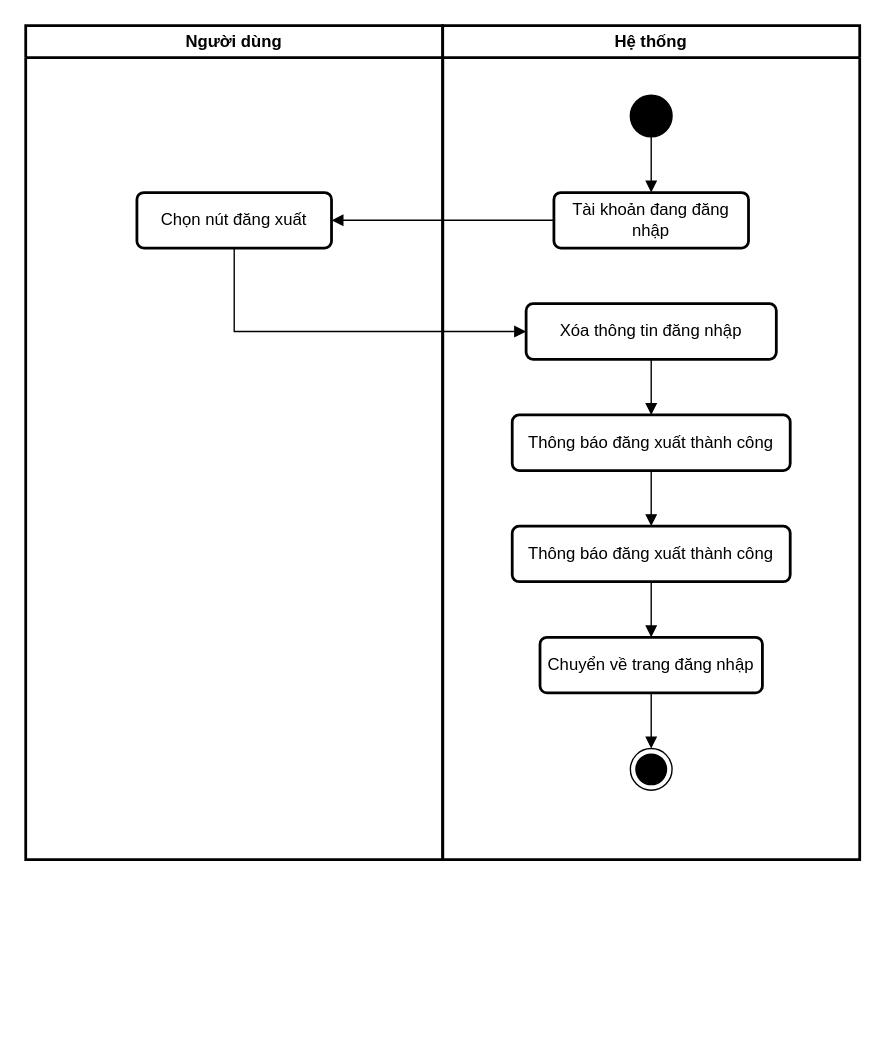
Earlier version of the draw.io diagram page "activity đăng xuất" (6 of 10) of usecase.drawio (dctuyen/myFinalYearProject). Source tidied: cells renumbered, new cells numbered last; positions are measured from the earlier drawing's top-left corner, leaving out a move shared by most shapes. Both pictures are drawn from the tidied source at 139%, with x=0, y=0 at pixel (25, 25).
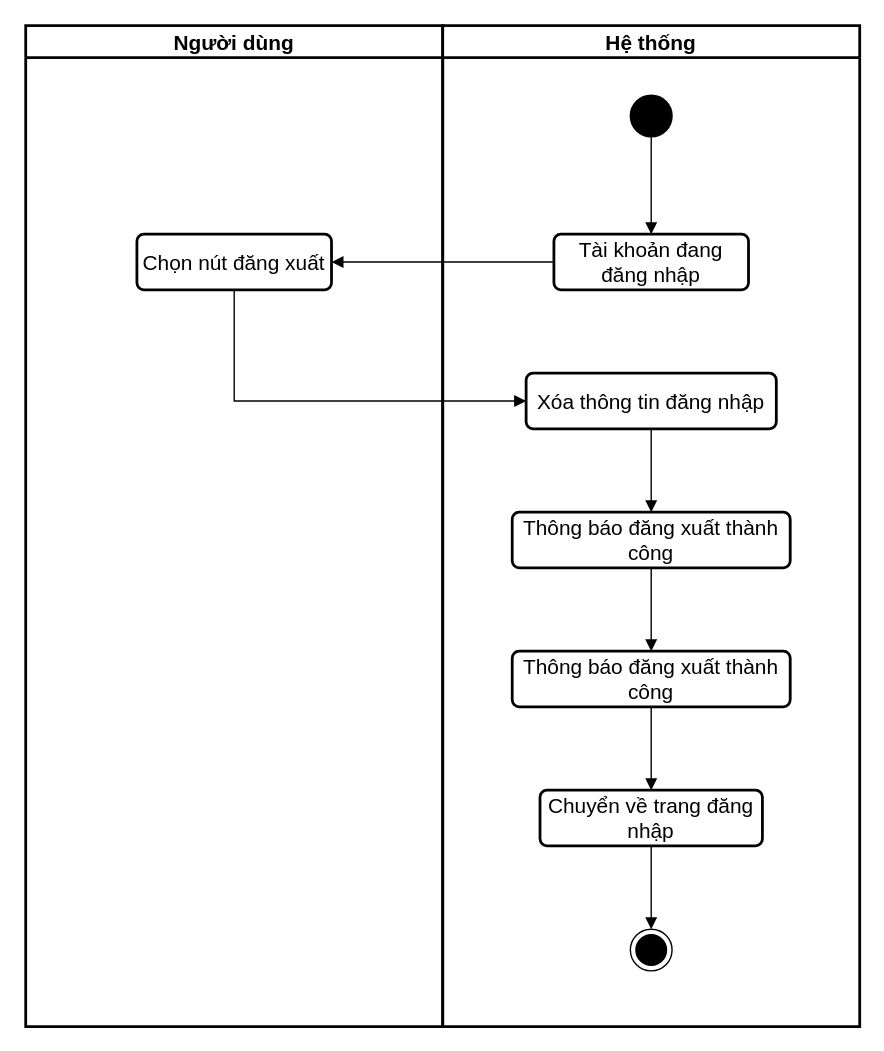
The same diagram, later.

Diff of the diagram source:
```diff
@@
 <mxGraphModel>
   <root>
     <mxCell id="0" />
     <mxCell id="1" parent="0" />
-    <mxCell id="2" value="Người dùng" style="swimlane;whiteSpace=wrap;html=1;strokeWidth=2;" parent="1" vertex="1">
-      <mxGeometry width="300" height="600" as="geometry" />
+    <mxCell id="2" value="Người dùng" style="swimlane;whiteSpace=wrap;html=1;strokeWidth=2;fontSize=15;" parent="1" vertex="1">
+      <mxGeometry width="300" height="720" as="geometry" />
     </mxCell>
-    <mxCell id="3" value="Chọn nút đăng xuất" style="html=1;align=center;verticalAlign=middle;rounded=1;absoluteArcSize=1;arcSize=10;dashed=0;whiteSpace=wrap;strokeWidth=2;labelBackgroundColor=none;" parent="2" vertex="1">
-      <mxGeometry x="80" y="120" width="140" height="40" as="geometry" />
+    <mxCell id="3" value="Chọn nút đăng xuất" style="html=1;align=center;verticalAlign=middle;rounded=1;absoluteArcSize=1;arcSize=10;dashed=0;whiteSpace=wrap;strokeWidth=2;labelBackgroundColor=none;fontSize=15;" parent="2" vertex="1">
+      <mxGeometry x="80" y="150" width="140" height="40" as="geometry" />
     </mxCell>
-    <mxCell id="4" value="Hệ thống" style="swimlane;whiteSpace=wrap;html=1;strokeWidth=2;" parent="1" vertex="1">
-      <mxGeometry x="300" width="300" height="600" as="geometry" />
+    <mxCell id="4" value="Hệ thống" style="swimlane;whiteSpace=wrap;html=1;strokeWidth=2;fontSize=15;" parent="1" vertex="1">
+      <mxGeometry x="300" width="300" height="720" as="geometry" />
     </mxCell>
-    <mxCell id="5" value="Xóa thông tin đăng nhập" style="html=1;align=center;verticalAlign=middle;rounded=1;absoluteArcSize=1;arcSize=10;dashed=0;whiteSpace=wrap;strokeWidth=2;labelBackgroundColor=none;" parent="4" vertex="1">
-      <mxGeometry x="60" y="200" width="180" height="40" as="geometry" />
+    <mxCell id="5" value="Xóa thông tin đăng nhập" style="html=1;align=center;verticalAlign=middle;rounded=1;absoluteArcSize=1;arcSize=10;dashed=0;whiteSpace=wrap;strokeWidth=2;labelBackgroundColor=none;fontSize=15;" parent="4" vertex="1">
+      <mxGeometry x="60" y="250" width="180" height="40" as="geometry" />
     </mxCell>
-    <mxCell id="6" style="html=1;verticalAlign=bottom;labelBackgroundColor=none;endArrow=block;endFill=1;rounded=0;exitX=0.5;exitY=1;exitDx=0;exitDy=0;entryX=0.5;entryY=0;entryDx=0;entryDy=0;edgeStyle=orthogonalEdgeStyle;" parent="4" edge="1" source="5" target="7">
+    <mxCell id="6" style="html=1;verticalAlign=bottom;labelBackgroundColor=none;endArrow=block;endFill=1;rounded=0;exitX=0.5;exitY=1;exitDx=0;exitDy=0;entryX=0.5;entryY=0;entryDx=0;entryDy=0;edgeStyle=orthogonalEdgeStyle;fontSize=15;" parent="4" edge="1" source="5" target="7">
       <mxGeometry relative="1" as="geometry" />
     </mxCell>
-    <mxCell id="7" value="Thông báo đăng xuất thành công" style="html=1;align=center;verticalAlign=middle;rounded=1;absoluteArcSize=1;arcSize=10;dashed=0;whiteSpace=wrap;strokeWidth=2;labelBackgroundColor=none;" parent="4" vertex="1">
-      <mxGeometry x="50" y="280" width="200" height="40" as="geometry" />
+    <mxCell id="7" value="Thông báo đăng xuất thành công" style="html=1;align=center;verticalAlign=middle;rounded=1;absoluteArcSize=1;arcSize=10;dashed=0;whiteSpace=wrap;strokeWidth=2;labelBackgroundColor=none;fontSize=15;" parent="4" vertex="1">
+      <mxGeometry x="50" y="350" width="200" height="40" as="geometry" />
     </mxCell>
-    <mxCell id="8" style="ellipse;html=1;shape=endState;fillColor=strokeColor;" parent="4" vertex="1">
-      <mxGeometry x="135" y="520" width="30" height="30" as="geometry" />
+    <mxCell id="8" style="ellipse;html=1;shape=endState;fillColor=strokeColor;fontSize=15;" parent="4" vertex="1">
+      <mxGeometry x="135" y="650" width="30" height="30" as="geometry" />
     </mxCell>
-    <mxCell id="9" style="html=1;verticalAlign=bottom;labelBackgroundColor=none;endArrow=block;endFill=1;rounded=0;exitX=0.5;exitY=1;exitDx=0;exitDy=0;entryX=0.5;entryY=0;entryDx=0;entryDy=0;" parent="4" edge="1" source="7" target="16">
+    <mxCell id="9" style="html=1;verticalAlign=bottom;labelBackgroundColor=none;endArrow=block;endFill=1;rounded=0;exitX=0.5;exitY=1;exitDx=0;exitDy=0;entryX=0.5;entryY=0;entryDx=0;entryDy=0;fontSize=15;" parent="4" edge="1" source="7" target="16">
       <mxGeometry x="-0.35" relative="1" as="geometry" />
     </mxCell>
-    <mxCell id="10" value="Chuyển về trang đăng nhập" style="html=1;align=center;verticalAlign=middle;rounded=1;absoluteArcSize=1;arcSize=10;dashed=0;whiteSpace=wrap;strokeWidth=2;labelBackgroundColor=none;" parent="4" vertex="1">
-      <mxGeometry x="70" y="440" width="160" height="40" as="geometry" />
+    <mxCell id="10" value="Chuyển về trang đăng nhập" style="html=1;align=center;verticalAlign=middle;rounded=1;absoluteArcSize=1;arcSize=10;dashed=0;whiteSpace=wrap;strokeWidth=2;labelBackgroundColor=none;fontSize=15;" parent="4" vertex="1">
+      <mxGeometry x="70" y="550" width="160" height="40" as="geometry" />
     </mxCell>
-    <mxCell id="11" style="html=1;verticalAlign=bottom;labelBackgroundColor=none;endArrow=block;endFill=1;rounded=0;exitX=0.5;exitY=1;exitDx=0;exitDy=0;entryX=0.5;entryY=0;entryDx=0;entryDy=0;" parent="4" edge="1" source="10" target="8">
+    <mxCell id="11" style="html=1;verticalAlign=bottom;labelBackgroundColor=none;endArrow=block;endFill=1;rounded=0;exitX=0.5;exitY=1;exitDx=0;exitDy=0;entryX=0.5;entryY=0;entryDx=0;entryDy=0;fontSize=15;" parent="4" edge="1" source="10" target="8">
       <mxGeometry x="-0.35" relative="1" as="geometry" />
     </mxCell>
-    <mxCell id="12" value="Tài khoản đang đăng nhập" style="html=1;align=center;verticalAlign=middle;rounded=1;absoluteArcSize=1;arcSize=10;dashed=0;whiteSpace=wrap;strokeWidth=2;labelBackgroundColor=none;" parent="4" vertex="1">
-      <mxGeometry x="80" y="120" width="140" height="40" as="geometry" />
+    <mxCell id="12" value="Tài khoản đang đăng nhập" style="html=1;align=center;verticalAlign=middle;rounded=1;absoluteArcSize=1;arcSize=10;dashed=0;whiteSpace=wrap;strokeWidth=2;labelBackgroundColor=none;fontSize=15;" parent="4" vertex="1">
+      <mxGeometry x="80" y="150" width="140" height="40" as="geometry" />
     </mxCell>
-    <mxCell id="13" style="html=1;verticalAlign=bottom;labelBackgroundColor=none;endArrow=block;endFill=1;rounded=0;exitX=1;exitY=0.5;exitDx=0;exitDy=0;entryX=1;entryY=0.5;entryDx=0;entryDy=0;edgeStyle=orthogonalEdgeStyle;" parent="4" edge="1" source="12" target="12">
+    <mxCell id="13" style="html=1;verticalAlign=bottom;labelBackgroundColor=none;endArrow=block;endFill=1;rounded=0;exitX=1;exitY=0.5;exitDx=0;exitDy=0;entryX=1;entryY=0.5;entryDx=0;entryDy=0;edgeStyle=orthogonalEdgeStyle;fontSize=15;" parent="4" edge="1" source="12" target="12">
       <mxGeometry relative="1" as="geometry" />
     </mxCell>
-    <mxCell id="14" style="ellipse;fillColor=strokeColor;html=1;" parent="4" vertex="1">
+    <mxCell id="14" style="ellipse;fillColor=strokeColor;html=1;fontSize=15;" parent="4" vertex="1">
       <mxGeometry x="135" y="50" width="30" height="30" as="geometry" />
     </mxCell>
-    <mxCell id="15" style="html=1;verticalAlign=bottom;labelBackgroundColor=none;endArrow=block;endFill=1;rounded=0;exitX=0.5;exitY=1;exitDx=0;exitDy=0;entryX=0.5;entryY=0;entryDx=0;entryDy=0;" parent="4" edge="1" source="14" target="12">
+    <mxCell id="15" style="html=1;verticalAlign=bottom;labelBackgroundColor=none;endArrow=block;endFill=1;rounded=0;exitX=0.5;exitY=1;exitDx=0;exitDy=0;entryX=0.5;entryY=0;entryDx=0;entryDy=0;fontSize=15;" parent="4" edge="1" source="14" target="12">
       <mxGeometry relative="1" as="geometry" />
     </mxCell>
-    <mxCell id="16" value="Thông báo đăng xuất thành công" style="html=1;align=center;verticalAlign=middle;rounded=1;absoluteArcSize=1;arcSize=10;dashed=0;whiteSpace=wrap;strokeWidth=2;labelBackgroundColor=none;" parent="4" vertex="1">
-      <mxGeometry x="50" y="360" width="200" height="40" as="geometry" />
+    <mxCell id="16" value="Thông báo đăng xuất thành công" style="html=1;align=center;verticalAlign=middle;rounded=1;absoluteArcSize=1;arcSize=10;dashed=0;whiteSpace=wrap;strokeWidth=2;labelBackgroundColor=none;fontSize=15;" parent="4" vertex="1">
+      <mxGeometry x="50" y="450" width="200" height="40" as="geometry" />
     </mxCell>
-    <mxCell id="17" style="html=1;verticalAlign=bottom;labelBackgroundColor=none;endArrow=block;endFill=1;rounded=0;exitX=0.5;exitY=1;exitDx=0;exitDy=0;entryX=0.5;entryY=0;entryDx=0;entryDy=0;" parent="4" edge="1" source="16" target="10">
+    <mxCell id="17" style="html=1;verticalAlign=bottom;labelBackgroundColor=none;endArrow=block;endFill=1;rounded=0;exitX=0.5;exitY=1;exitDx=0;exitDy=0;entryX=0.5;entryY=0;entryDx=0;entryDy=0;fontSize=15;" parent="4" edge="1" source="16" target="10">
       <mxGeometry x="-0.35" relative="1" as="geometry" />
     </mxCell>
-    <mxCell id="18" style="html=1;verticalAlign=bottom;labelBackgroundColor=none;endArrow=block;endFill=1;rounded=0;exitX=0.5;exitY=1;exitDx=0;exitDy=0;entryX=0;entryY=0.5;entryDx=0;entryDy=0;edgeStyle=orthogonalEdgeStyle;" parent="1" edge="1" source="3" target="5">
+    <mxCell id="18" style="html=1;verticalAlign=bottom;labelBackgroundColor=none;endArrow=block;endFill=1;rounded=0;exitX=0.5;exitY=1;exitDx=0;exitDy=0;entryX=0;entryY=0.5;entryDx=0;entryDy=0;edgeStyle=orthogonalEdgeStyle;fontSize=15;" parent="1" edge="1" source="3" target="5">
       <mxGeometry relative="1" as="geometry" />
     </mxCell>
-    <mxCell id="19" style="html=1;verticalAlign=bottom;labelBackgroundColor=none;endArrow=block;endFill=1;rounded=0;exitX=0;exitY=0.5;exitDx=0;exitDy=0;entryX=1;entryY=0.5;entryDx=0;entryDy=0;" parent="1" edge="1" source="12" target="3">
+    <mxCell id="19" style="html=1;verticalAlign=bottom;labelBackgroundColor=none;endArrow=block;endFill=1;rounded=0;exitX=0;exitY=0.5;exitDx=0;exitDy=0;entryX=1;entryY=0.5;entryDx=0;entryDy=0;fontSize=15;" parent="1" edge="1" source="12" target="3">
       <mxGeometry relative="1" as="geometry" />
     </mxCell>
   </root>
 </mxGraphModel>
```
